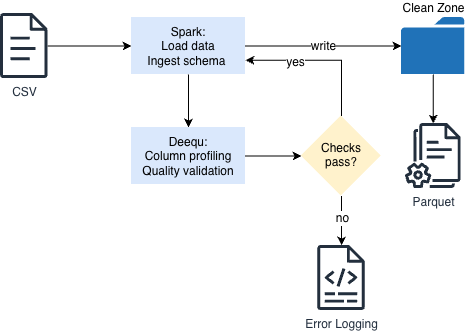
Above: images/blueprint.png in russochecco/deequ-pyspark-dq (draw.io), before the change. Source tidied: cells renumbered, new cells last; positions are measured from the earlier drawing's top-left corner, leaving out a move shared by most shapes.
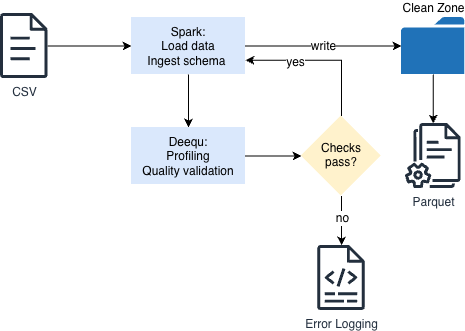
Above is the later version.

Change to the diagram source:
```diff
@@ -22,7 +22,7 @@
     <mxCell id="7" style="edgeStyle=orthogonalEdgeStyle;rounded=0;jettySize=auto;html=1;fontSize=12;" parent="1" edge="1" source="8" target="13">
       <mxGeometry relative="1" as="geometry" />
     </mxCell>
-    <mxCell id="8" value="Deequ:&lt;div&gt;Column profiling&lt;/div&gt;&lt;div&gt;Quality validation&lt;/div&gt;" style="rounded=0;whiteSpace=wrap;html=1;strokeColor=none;fillColor=#dae8fc;align=center;verticalAlign=middle;fontSize=12;" parent="1" vertex="1">
+    <mxCell id="8" value="Deequ:&lt;div&gt;Profiling&lt;/div&gt;&lt;div&gt;Quality validation&lt;/div&gt;" style="rounded=0;whiteSpace=wrap;html=1;strokeColor=none;fillColor=#dae8fc;align=center;verticalAlign=middle;fontSize=12;" parent="1" vertex="1">
       <mxGeometry x="131" y="114" width="114" height="57" as="geometry" />
     </mxCell>
     <mxCell id="9" style="edgeStyle=orthogonalEdgeStyle;rounded=0;jettySize=auto;html=1;fontSize=12;" parent="1" edge="1" source="13" target="14">
```
